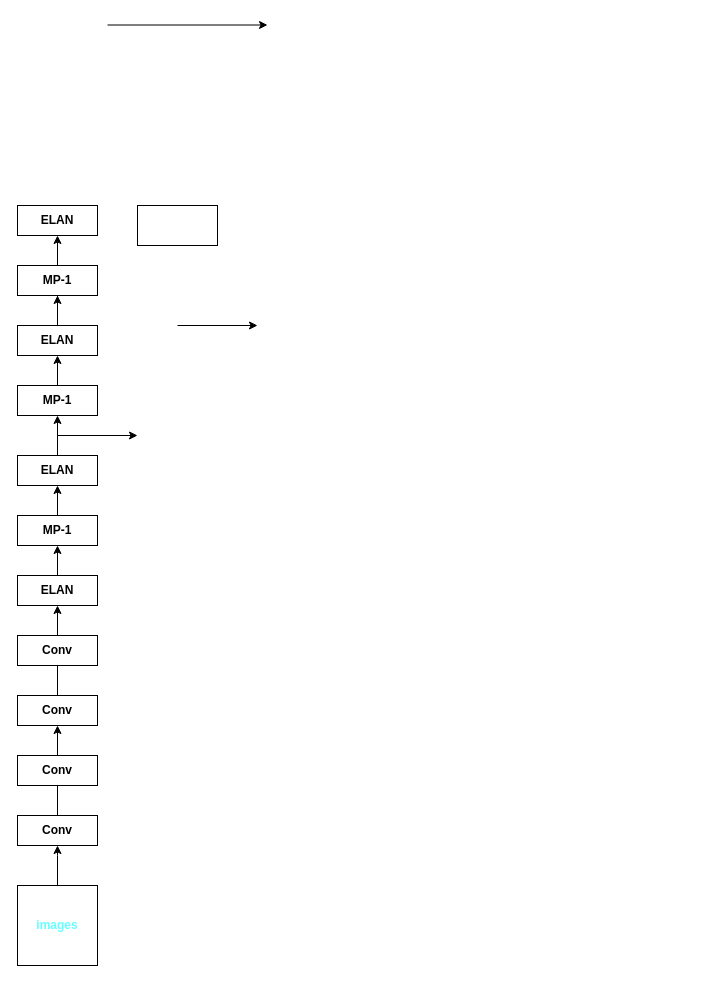
bxhsort/code-of-learn-deep-learning-with-pytorch keeps this draw.io diagram as 未命名绘图.drawio. Above is the earlier version. Source tidied: cells renumbered, new cells numbered last; positions are measured from the earlier drawing's top-left corner, leaving out a move shared by most shapes. Both pictures are drawn from the tidied source at 100%, with x=0, y=0 at pixel (17, 25).
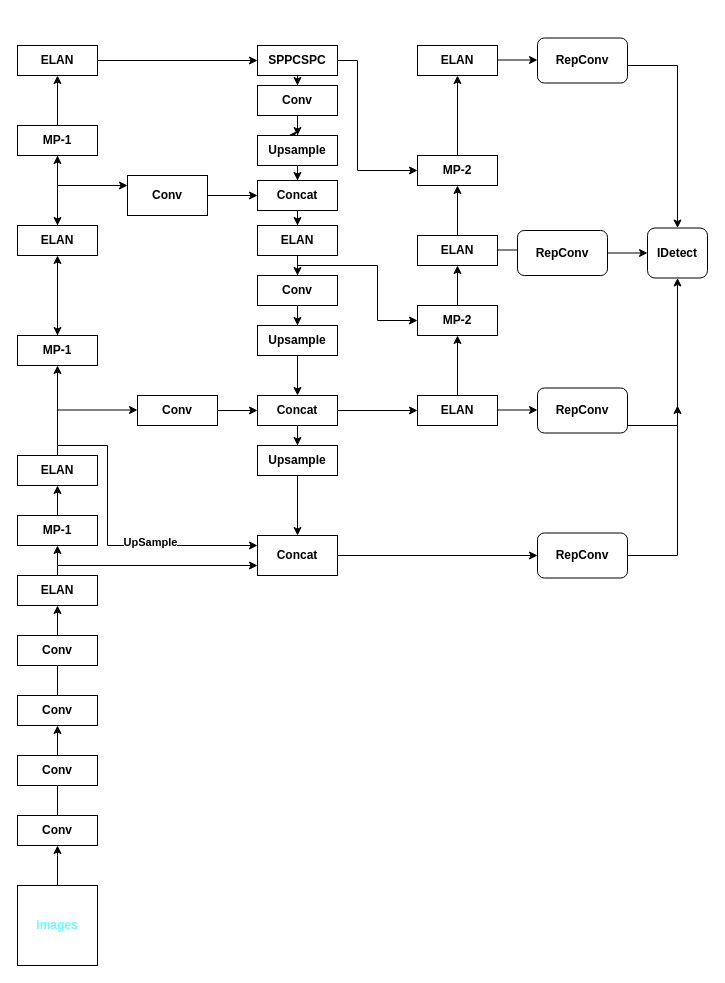
The same diagram, later.

Commit message (it also covers changes not shown here):
更新未命名绘图.drawio

The edit, as a diff of the source:
```diff
@@
-    <mxCell id="15" style="edgeStyle=orthogonalEdgeStyle;rounded=0;jettySize=auto;html=1;" parent="1" edge="1" source="28">
-      <mxGeometry relative="1" as="geometry">
-        <mxPoint x="40" y="260" as="targetPoint" />
-      </mxGeometry>
-    </mxCell>
@@
     <mxCell id="18" value="&lt;b&gt;ELAN&lt;/b&gt;" style="whiteSpace=wrap;html=1;rounded=0;" parent="1" vertex="1">
-      <mxGeometry y="180" width="80" height="30" as="geometry" />
+      <mxGeometry y="20" width="80" height="30" as="geometry" />
     </mxCell>
     <mxCell id="19" style="endArrow=classic;html=1;rounded=0;" parent="1" edge="1">
       <mxGeometry relative="1" as="geometry">
-        <mxPoint x="40" y="410" as="sourcePoint" />
-        <mxPoint x="120" y="410" as="targetPoint" />
+        <mxPoint x="40" y="384.5" as="sourcePoint" />
+        <mxPoint x="120" y="384.5" as="targetPoint" />
       </mxGeometry>
     </mxCell>
-    <mxCell id="20" style="endArrow=classic;html=1;rounded=0;" parent="1" edge="1">
-      <mxGeometry relative="1" as="geometry">
-        <mxPoint x="160" y="300" as="sourcePoint" />
-        <mxPoint x="240" y="300" as="targetPoint" />
-      </mxGeometry>
-    </mxCell>
-    <mxCell id="21" style="endArrow=classic;html=1;rounded=0;" parent="1" edge="1">
-      <mxGeometry relative="1" as="geometry">
-        <mxPoint x="90" y="-0.5" as="sourcePoint" />
-        <mxPoint x="250" y="-0.5" as="targetPoint" />
-      </mxGeometry>
-    </mxCell>
-    <mxCell id="22" style="rounded=0;whiteSpace=wrap;html=1;" parent="1" vertex="1">
-      <mxGeometry x="120" y="180" width="80" height="40" as="geometry" />
+    <mxCell id="22" value="&lt;b&gt;Conv&lt;/b&gt;" style="rounded=0;whiteSpace=wrap;html=1;" parent="1" vertex="1">
+      <mxGeometry x="110" y="150" width="80" height="40" as="geometry" />
     </mxCell>
@@
-    <mxCell id="24" value="&lt;b&gt;MP-1&lt;/b&gt;" style="rounded=0;whiteSpace=wrap;html=1;" parent="1" vertex="1">
-      <mxGeometry y="360" width="80" height="30" as="geometry" />
-    </mxCell>
-    <mxCell id="25" style="edgeStyle=orthogonalEdgeStyle;rounded=0;jettySize=auto;html=1;" parent="1" edge="1" source="24" target="26">
-      <mxGeometry relative="1" as="geometry" />
-    </mxCell>
-    <mxCell id="26" value="&lt;b&gt;ELAN&lt;/b&gt;" style="whiteSpace=wrap;html=1;" parent="1" vertex="1">
-      <mxGeometry y="300" width="80" height="30" as="geometry" />
-    </mxCell>
@@
     <mxCell id="28" value="&lt;b&gt;MP-1&lt;/b&gt;" style="rounded=0;whiteSpace=wrap;html=1;" parent="1" vertex="1">
-      <mxGeometry y="240" width="80" height="30" as="geometry" />
+      <mxGeometry y="100" width="80" height="30" as="geometry" />
     </mxCell>
+    <mxCell id="29" value="&lt;b&gt;Conv&lt;/b&gt;" style="rounded=0;whiteSpace=wrap;html=1;" parent="1" vertex="1">
+      <mxGeometry x="120" y="370" width="80" height="30" as="geometry" />
+    </mxCell>
+    <mxCell id="30" style="edgeStyle=orthogonalEdgeStyle;rounded=0;jettySize=auto;html=1;" parent="1" edge="1" source="31" target="35">
+      <mxGeometry relative="1" as="geometry" />
+    </mxCell>
+    <mxCell id="31" value="&lt;b&gt;SPPCSPC&lt;/b&gt;" style="rounded=0;whiteSpace=wrap;html=1;" parent="1" vertex="1">
+      <mxGeometry x="240" y="20" width="80" height="30" as="geometry" />
+    </mxCell>
+    <mxCell id="32" style="endArrow=classic;html=1;rounded=0;entryX=0;entryY=0.5;entryDx=0;entryDy=0;exitX=1;exitY=0.5;exitDx=0;exitDy=0;" parent="1" edge="1" source="18" target="31">
+      <mxGeometry relative="1" as="geometry" />
+    </mxCell>
+    <mxCell id="33" style="edgeStyle=orthogonalEdgeStyle;rounded=0;jettySize=auto;html=1;" parent="1" edge="1" source="35" target="37">
+      <mxGeometry relative="1" as="geometry" />
+    </mxCell>
+    <mxCell id="34" style="edgeStyle=orthogonalEdgeStyle;rounded=0;jettySize=auto;html=1;" parent="1" edge="1" source="35">
+      <mxGeometry relative="1" as="geometry">
+        <mxPoint x="270" y="110" as="targetPoint" />
+      </mxGeometry>
+    </mxCell>
+    <mxCell id="35" value="&lt;b&gt;Conv&lt;/b&gt;" style="rounded=0;whiteSpace=wrap;html=1;" parent="1" vertex="1">
+      <mxGeometry x="240" y="60" width="80" height="30" as="geometry" />
+    </mxCell>
+    <mxCell id="36" style="edgeStyle=orthogonalEdgeStyle;rounded=0;jettySize=auto;html=1;" parent="1" edge="1" source="37" target="39">
+      <mxGeometry relative="1" as="geometry" />
+    </mxCell>
+    <mxCell id="37" value="&lt;b&gt;Upsample&lt;/b&gt;" style="rounded=0;whiteSpace=wrap;html=1;" parent="1" vertex="1">
+      <mxGeometry x="240" y="110" width="80" height="30" as="geometry" />
+    </mxCell>
+    <mxCell id="38" style="edgeStyle=orthogonalEdgeStyle;rounded=0;jettySize=auto;html=1;" parent="1" edge="1" source="39" target="41">
+      <mxGeometry relative="1" as="geometry" />
+    </mxCell>
+    <mxCell id="39" value="&lt;b&gt;Concat&lt;/b&gt;" style="rounded=0;whiteSpace=wrap;html=1;" parent="1" vertex="1">
+      <mxGeometry x="240" y="155" width="80" height="30" as="geometry" />
+    </mxCell>
+    <mxCell id="40" style="edgeStyle=orthogonalEdgeStyle;rounded=0;jettySize=auto;html=1;" parent="1" edge="1" source="41" target="47">
+      <mxGeometry relative="1" as="geometry" />
+    </mxCell>
+    <mxCell id="41" value="&lt;b&gt;ELAN&lt;/b&gt;" style="rounded=0;whiteSpace=wrap;html=1;" parent="1" vertex="1">
+      <mxGeometry x="240" y="200" width="80" height="30" as="geometry" />
+    </mxCell>
+    <mxCell id="42" style="edgeStyle=orthogonalEdgeStyle;rounded=0;jettySize=auto;html=1;" parent="1" edge="1" source="28" target="26">
+      <mxGeometry relative="1" as="geometry" />
+    </mxCell>
+    <mxCell id="26" value="&lt;b&gt;ELAN&lt;/b&gt;" style="whiteSpace=wrap;html=1;" parent="1" vertex="1">
+      <mxGeometry y="200" width="80" height="30" as="geometry" />
+    </mxCell>
+    <mxCell id="25" style="endArrow=classic;html=1;rounded=0;exitX=0.5;exitY=0;exitDx=0;exitDy=0;entryX=0.5;entryY=1;entryDx=0;entryDy=0;" parent="1" edge="1" source="24" target="26">
+      <mxGeometry relative="1" as="geometry" />
+    </mxCell>
+    <mxCell id="43" style="endArrow=classic;html=1;rounded=0;" parent="1" edge="1" target="24">
+      <mxGeometry relative="1" as="geometry">
+        <mxPoint x="40" y="280" as="sourcePoint" />
+      </mxGeometry>
+    </mxCell>
+    <mxCell id="24" value="&lt;b&gt;MP-1&lt;/b&gt;" style="rounded=0;whiteSpace=wrap;html=1;" parent="1" vertex="1">
+      <mxGeometry y="310" width="80" height="30" as="geometry" />
+    </mxCell>
+    <mxCell id="44" style="endArrow=classic;html=1;rounded=0;entryX=0;entryY=0.25;entryDx=0;entryDy=0;" parent="1" edge="1" target="22">
+      <mxGeometry relative="1" as="geometry">
+        <mxPoint x="40" y="160" as="sourcePoint" />
+      </mxGeometry>
+    </mxCell>
+    <mxCell id="45" style="endArrow=classic;html=1;rounded=0;exitX=1;exitY=0.5;exitDx=0;exitDy=0;" parent="1" edge="1" source="22" target="39">
+      <mxGeometry relative="1" as="geometry" />
+    </mxCell>
+    <mxCell id="46" style="edgeStyle=orthogonalEdgeStyle;rounded=0;jettySize=auto;html=1;" parent="1" edge="1" source="47" target="49">
+      <mxGeometry relative="1" as="geometry" />
+    </mxCell>
+    <mxCell id="47" value="&lt;b&gt;Conv&lt;/b&gt;" style="rounded=0;whiteSpace=wrap;html=1;" parent="1" vertex="1">
+      <mxGeometry x="240" y="250" width="80" height="30" as="geometry" />
+    </mxCell>
+    <mxCell id="48" style="edgeStyle=orthogonalEdgeStyle;rounded=0;jettySize=auto;html=1;" parent="1" edge="1" source="49" target="52">
+      <mxGeometry relative="1" as="geometry" />
+    </mxCell>
+    <mxCell id="49" value="&lt;b&gt;Upsample&lt;/b&gt;" style="rounded=0;whiteSpace=wrap;html=1;" parent="1" vertex="1">
+      <mxGeometry x="240" y="300" width="80" height="30" as="geometry" />
+    </mxCell>
+    <mxCell id="50" style="edgeStyle=orthogonalEdgeStyle;rounded=0;jettySize=auto;html=1;" parent="1" edge="1" source="52" target="58">
+      <mxGeometry relative="1" as="geometry" />
+    </mxCell>
+    <mxCell id="51" style="edgeStyle=orthogonalEdgeStyle;rounded=0;jettySize=auto;html=1;" parent="1" edge="1" source="52" target="61">
+      <mxGeometry relative="1" as="geometry" />
+    </mxCell>
+    <mxCell id="52" value="&lt;b&gt;Concat&lt;/b&gt;" style="rounded=0;whiteSpace=wrap;html=1;" parent="1" vertex="1">
+      <mxGeometry x="240" y="370" width="80" height="30" as="geometry" />
+    </mxCell>
+    <mxCell id="53" style="endArrow=classic;html=1;rounded=0;exitX=1;exitY=0.5;exitDx=0;exitDy=0;entryX=0;entryY=0.5;entryDx=0;entryDy=0;" parent="1" edge="1" source="29" target="52">
+      <mxGeometry relative="1" as="geometry" />
+    </mxCell>
+    <mxCell id="54" style="endArrow=classic;html=1;rounded=0;entryX=0;entryY=0.75;entryDx=0;entryDy=0;" parent="1" edge="1" target="59">
+      <mxGeometry relative="1" as="geometry">
+        <mxPoint x="40" y="540" as="sourcePoint" />
+      </mxGeometry>
+    </mxCell>
+    <mxCell id="55" style="endArrow=classic;html=1;rounded=0;entryX=0;entryY=0.25;entryDx=0;entryDy=0;" parent="1" edge="1" target="59">
+      <mxGeometry relative="1" as="geometry">
+        <mxPoint x="40" y="420" as="sourcePoint" />
+        <Array as="points">
+          <mxPoint x="90" y="420" />
+          <mxPoint x="90" y="520" />
+        </Array>
+      </mxGeometry>
+    </mxCell>
+    <mxCell id="56" value="&lt;b&gt;UpSample&lt;/b&gt;" style="edgeLabel;html=1;align=center;verticalAlign=middle;" parent="55" vertex="1">
+      <mxGeometry x="0.28" y="4" relative="1" as="geometry" />
+    </mxCell>
+    <mxCell id="57" style="edgeStyle=orthogonalEdgeStyle;rounded=0;jettySize=auto;html=1;" parent="1" edge="1" source="58" target="59">
+      <mxGeometry relative="1" as="geometry" />
+    </mxCell>
+    <mxCell id="58" value="&lt;b&gt;Upsample&lt;/b&gt;" style="rounded=0;whiteSpace=wrap;html=1;" parent="1" vertex="1">
+      <mxGeometry x="240" y="420" width="80" height="30" as="geometry" />
+    </mxCell>
+    <mxCell id="59" value="&lt;b&gt;Concat&lt;/b&gt;" style="rounded=0;whiteSpace=wrap;html=1;" parent="1" vertex="1">
+      <mxGeometry x="240" y="510" width="80" height="40" as="geometry" />
+    </mxCell>
+    <mxCell id="60" style="edgeStyle=orthogonalEdgeStyle;rounded=0;jettySize=auto;html=1;" parent="1" edge="1" source="61" target="63">
+      <mxGeometry relative="1" as="geometry" />
+    </mxCell>
+    <mxCell id="61" value="&lt;b&gt;ELAN&lt;/b&gt;" style="rounded=0;whiteSpace=wrap;html=1;" parent="1" vertex="1">
+      <mxGeometry x="400" y="370" width="80" height="30" as="geometry" />
+    </mxCell>
+    <mxCell id="62" style="edgeStyle=orthogonalEdgeStyle;rounded=0;jettySize=auto;html=1;" parent="1" edge="1" source="63" target="65">
+      <mxGeometry relative="1" as="geometry" />
+    </mxCell>
+    <mxCell id="63" value="&lt;b&gt;MP-2&lt;/b&gt;" style="rounded=0;whiteSpace=wrap;html=1;" parent="1" vertex="1">
+      <mxGeometry x="400" y="280" width="80" height="30" as="geometry" />
+    </mxCell>
+    <mxCell id="64" style="edgeStyle=orthogonalEdgeStyle;rounded=0;jettySize=auto;html=1;" parent="1" edge="1" source="65" target="68">
+      <mxGeometry relative="1" as="geometry" />
+    </mxCell>
+    <mxCell id="65" value="&lt;b&gt;ELAN&lt;/b&gt;" style="rounded=0;whiteSpace=wrap;html=1;" parent="1" vertex="1">
+      <mxGeometry x="400" y="210" width="80" height="30" as="geometry" />
+    </mxCell>
+    <mxCell id="66" style="endArrow=classic;html=1;rounded=0;entryX=0;entryY=0.5;entryDx=0;entryDy=0;" parent="1" edge="1" target="63">
+      <mxGeometry relative="1" as="geometry">
+        <mxPoint x="280" y="240" as="sourcePoint" />
+        <Array as="points">
+          <mxPoint x="360" y="240" />
+          <mxPoint x="360" y="295" />
+        </Array>
+      </mxGeometry>
+    </mxCell>
+    <mxCell id="67" style="edgeStyle=orthogonalEdgeStyle;rounded=0;jettySize=auto;html=1;" parent="1" edge="1" source="68" target="69">
+      <mxGeometry relative="1" as="geometry" />
+    </mxCell>
+    <mxCell id="68" value="&lt;b&gt;MP-2&lt;/b&gt;" style="rounded=0;whiteSpace=wrap;html=1;" parent="1" vertex="1">
+      <mxGeometry x="400" y="130" width="80" height="30" as="geometry" />
+    </mxCell>
+    <mxCell id="69" value="&lt;b&gt;ELAN&lt;/b&gt;" style="rounded=0;whiteSpace=wrap;html=1;" parent="1" vertex="1">
+      <mxGeometry x="400" y="20" width="80" height="30" as="geometry" />
+    </mxCell>
+    <mxCell id="70" style="endArrow=classic;html=1;rounded=0;exitX=1;exitY=0.5;exitDx=0;exitDy=0;entryX=0;entryY=0.5;entryDx=0;entryDy=0;" parent="1" edge="1" source="31" target="68">
+      <mxGeometry relative="1" as="geometry">
+        <Array as="points">
+          <mxPoint x="340" y="35" />
+          <mxPoint x="340" y="145" />
+        </Array>
+      </mxGeometry>
+    </mxCell>
+    <mxCell id="71" style="endArrow=classic;html=1;rounded=0;" parent="1" edge="1">
+      <mxGeometry relative="1" as="geometry">
+        <mxPoint x="320" y="530" as="sourcePoint" />
+        <mxPoint x="520" y="530" as="targetPoint" />
+      </mxGeometry>
+    </mxCell>
+    <mxCell id="72" style="endArrow=classic;html=1;rounded=0;" parent="1" edge="1">
+      <mxGeometry relative="1" as="geometry">
+        <mxPoint x="480" y="224.5" as="sourcePoint" />
+        <mxPoint x="520" y="224.5" as="targetPoint" />
+      </mxGeometry>
+    </mxCell>
+    <mxCell id="73" style="endArrow=classic;html=1;rounded=0;" parent="1" edge="1">
+      <mxGeometry relative="1" as="geometry">
+        <mxPoint x="480" y="384.5" as="sourcePoint" />
+        <mxPoint x="520" y="384.5" as="targetPoint" />
+      </mxGeometry>
+    </mxCell>
+    <mxCell id="74" style="endArrow=classic;html=1;rounded=0;" parent="1" edge="1">
+      <mxGeometry relative="1" as="geometry">
+        <mxPoint x="480" y="34.5" as="sourcePoint" />
+        <mxPoint x="520" y="34.5" as="targetPoint" />
+      </mxGeometry>
+    </mxCell>
+    <mxCell id="75" value="&lt;b&gt;RepConv&lt;/b&gt;" style="rounded=1;whiteSpace=wrap;html=1;" parent="1" vertex="1">
+      <mxGeometry x="520" y="12.5" width="90" height="45" as="geometry" />
+    </mxCell>
+    <mxCell id="76" value="&lt;b&gt;RepConv&lt;/b&gt;" style="rounded=1;whiteSpace=wrap;html=1;" parent="1" vertex="1">
+      <mxGeometry x="500" y="205" width="90" height="45" as="geometry" />
+    </mxCell>
+    <mxCell id="77" value="&lt;b&gt;RepConv&lt;/b&gt;" style="rounded=1;whiteSpace=wrap;html=1;" parent="1" vertex="1">
+      <mxGeometry x="520" y="362.5" width="90" height="45" as="geometry" />
+    </mxCell>
+    <mxCell id="78" value="&lt;b&gt;RepConv&lt;/b&gt;" style="rounded=1;whiteSpace=wrap;html=1;" parent="1" vertex="1">
+      <mxGeometry x="520" y="507.5" width="90" height="45" as="geometry" />
+    </mxCell>
+    <mxCell id="79" style="endArrow=classic;html=1;rounded=0;" parent="1" edge="1">
+      <mxGeometry relative="1" as="geometry">
+        <mxPoint x="610" y="530" as="sourcePoint" />
+        <mxPoint x="660" y="380" as="targetPoint" />
+        <Array as="points">
+          <mxPoint x="660" y="530" />
+        </Array>
+      </mxGeometry>
+    </mxCell>
+    <mxCell id="80" style="endArrow=classic;html=1;rounded=0;" parent="1" edge="1" target="82">
+      <mxGeometry relative="1" as="geometry">
+        <mxPoint x="610" y="400" as="sourcePoint" />
+        <Array as="points">
+          <mxPoint x="660" y="400" />
+        </Array>
+      </mxGeometry>
+    </mxCell>
+    <mxCell id="81" style="endArrow=classic;html=1;rounded=0;entryX=0.5;entryY=0;entryDx=0;entryDy=0;" parent="1" edge="1" target="82">
+      <mxGeometry relative="1" as="geometry">
+        <mxPoint x="610" y="40" as="sourcePoint" />
+        <Array as="points">
+          <mxPoint x="660" y="40" />
+        </Array>
+      </mxGeometry>
+    </mxCell>
+    <mxCell id="82" value="&lt;b&gt;IDetect&lt;/b&gt;" style="rounded=1;whiteSpace=wrap;html=1;" parent="1" vertex="1">
+      <mxGeometry x="630" y="202.5" width="60" height="50" as="geometry" />
+    </mxCell>
+    <mxCell id="83" style="endArrow=classic;html=1;rounded=0;entryX=0;entryY=0.5;entryDx=0;entryDy=0;exitX=1;exitY=0.5;exitDx=0;exitDy=0;" parent="1" edge="1" source="76" target="82">
+      <mxGeometry relative="1" as="geometry" />
+    </mxCell>
```
